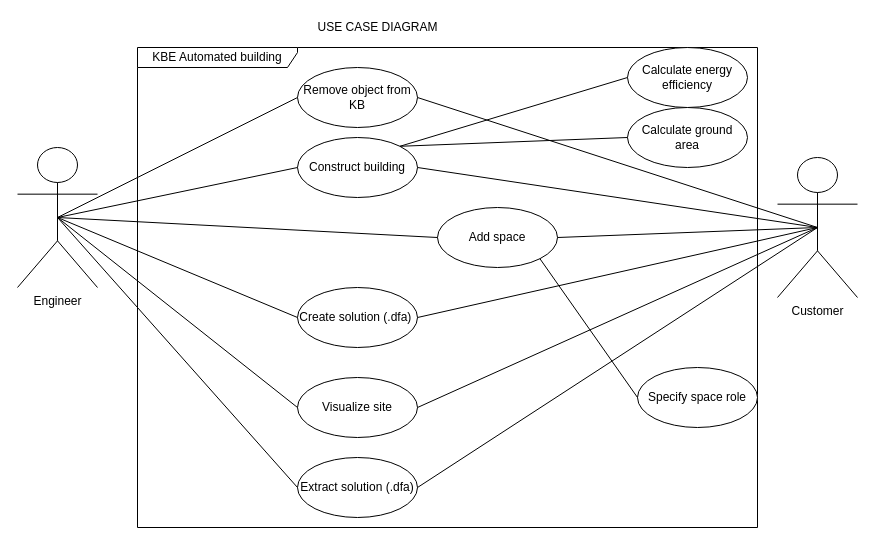
This is page "Use case" (1 of 8) of Diagrams/Diagrams.drawio from Hallvaeb/automation-p2-construction-knowledge-base, a draw.io file, before an edit. Source tidied: cells renumbered, new cells numbered last; positions are measured from the earlier drawing's top-left corner, leaving out a move shared by most shapes. Both pictures are drawn from the tidied source at 100%, with x=0, y=0 at pixel (17, 17).
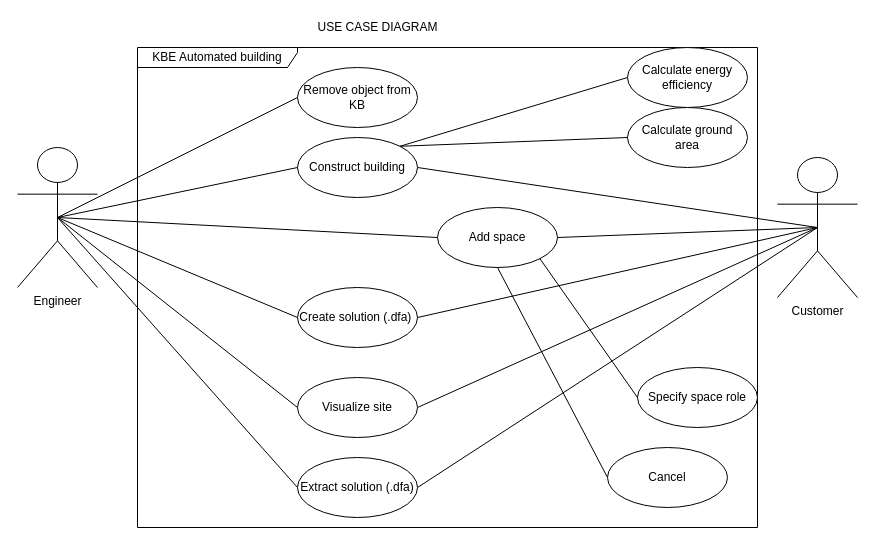
After the change.

The change refers to these unchanged cells:
```xml
<mxCell id="3" value="Customer" style="shape=umlActor;verticalLabelPosition=bottom;verticalAlign=top;html=1;" parent="1" vertex="1">
  <mxGeometry x="760" y="140" width="80" height="140" as="geometry" />
</mxCell>
<mxCell id="6" value="Remove object from KB" style="ellipse;whiteSpace=wrap;html=1;" parent="1" vertex="1">
  <mxGeometry x="280" y="50" width="120" height="60" as="geometry" />
</mxCell>
<mxCell id="14" value="Add space" style="ellipse;whiteSpace=wrap;html=1;" parent="1" vertex="1">
  <mxGeometry x="420" y="190" width="120" height="60" as="geometry" />
</mxCell>
```

What changed in the source:
```diff
@@
-    <mxCell id="21" style="endArrow=none;html=1;rounded=0;entryX=1;entryY=0.5;entryDx=0;entryDy=0;exitX=0.5;exitY=0.5;exitDx=0;exitDy=0;exitPerimeter=0;" parent="1" edge="1" source="3" target="6">
-      <mxGeometry relative="1" as="geometry" />
-    </mxCell>
@@
+    <mxCell id="30" style="endArrow=none;html=1;rounded=0;entryX=0.5;entryY=1;entryDx=0;entryDy=0;exitX=0;exitY=0.5;exitDx=0;exitDy=0;" parent="1" edge="1" source="31" target="14">
+      <mxGeometry relative="1" as="geometry" />
+    </mxCell>
+    <mxCell id="31" value="Cancel" style="ellipse;whiteSpace=wrap;html=1;" parent="1" vertex="1">
+      <mxGeometry x="590" y="430" width="120" height="60" as="geometry" />
+    </mxCell>
```
